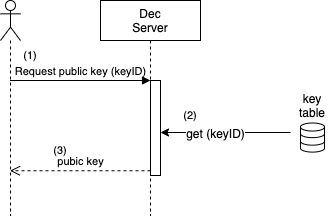
Earlier version of the draw.io export doc/spec-ja/source/images/fhetbl_design-seq-dec-2.png (iihiro/FHE-Table-Search). Source tidied: cells renumbered, new cells last; positions are measured from the earlier drawing's top-left corner, leaving out a move shared by most shapes. The source it was exported from:
```xml
<mxGraphModel>
  <root>
    <mxCell id="0" />
    <mxCell id="1" parent="0" />
    <mxCell id="2" style="shape=umlLifeline;participant=umlActor;perimeter=lifelinePerimeter;whiteSpace=wrap;html=1;verticalAlign=top;spacingTop=36;labelBackgroundColor=#ffffff;outlineConnect=0;" parent="1" vertex="1">
      <mxGeometry width="20" height="215" as="geometry" />
    </mxCell>
    <mxCell id="3" value="Dec&lt;br&gt;Server" style="shape=umlLifeline;perimeter=lifelinePerimeter;whiteSpace=wrap;html=1;" parent="1" vertex="1">
      <mxGeometry x="100" width="100" height="215" as="geometry" />
    </mxCell>
    <mxCell id="4" style="html=1;points=[];perimeter=orthogonalPerimeter;" parent="1" vertex="1">
      <mxGeometry x="150" y="80" width="10" height="95" as="geometry" />
    </mxCell>
    <mxCell id="5" value="Request public key (keyID)" style="html=1;verticalAlign=bottom;endArrow=block;entryX=0;entryY=0;labelBackgroundColor=none;" parent="1" edge="1" source="2" target="4">
      <mxGeometry relative="1" as="geometry" />
    </mxCell>
    <mxCell id="6" value="pubic key" style="html=1;verticalAlign=bottom;endArrow=open;dashed=1;endSize=8;exitX=0;exitY=0.95;labelBackgroundColor=none;" parent="1" edge="1" source="4" target="2">
      <mxGeometry relative="1" as="geometry" />
    </mxCell>
    <mxCell id="7" style="html=1;verticalLabelPosition=bottom;align=center;labelBackgroundColor=#ffffff;verticalAlign=top;strokeWidth=1;strokeColor=#000000;shadow=0;dashed=0;shape=mxgraph.ios7.icons.data;" parent="1" vertex="1">
      <mxGeometry x="300" y="122.5" width="24" height="29.1" as="geometry" />
    </mxCell>
    <mxCell id="8" value="key table" style="text;html=1;strokeColor=none;fillColor=none;align=center;verticalAlign=middle;whiteSpace=wrap;rounded=0;" parent="1" vertex="1">
      <mxGeometry x="292" y="95" width="40" height="20" as="geometry" />
    </mxCell>
    <mxCell id="9" style="endArrow=none;html=1;labelBackgroundColor=none;startArrow=classic;startFill=1;endFill=0;" parent="1" edge="1">
      <mxGeometry relative="1" as="geometry">
        <mxPoint x="160" y="132" as="sourcePoint" />
        <mxPoint x="290" y="132" as="targetPoint" />
      </mxGeometry>
    </mxCell>
    <mxCell id="10" value="get (keyID)" style="text;html=1;align=center;verticalAlign=middle;labelBackgroundColor=#ffffff;" parent="9" vertex="1">
      <mxGeometry x="-0.17" y="1" relative="1" as="geometry">
        <mxPoint y="1" as="offset" />
      </mxGeometry>
    </mxCell>
    <mxCell id="11" value="(1)" style="text;html=1;strokeColor=none;fillColor=none;align=center;verticalAlign=middle;whiteSpace=wrap;rounded=0;fontSize=11;" parent="1" vertex="1">
      <mxGeometry x="10" y="45" width="40" height="20" as="geometry" />
    </mxCell>
    <mxCell id="12" value="(2)" style="text;html=1;strokeColor=none;fillColor=none;align=center;verticalAlign=middle;whiteSpace=wrap;rounded=0;fontSize=11;" parent="1" vertex="1">
      <mxGeometry x="170" y="105" width="40" height="20" as="geometry" />
    </mxCell>
    <mxCell id="13" value="(3)" style="text;html=1;strokeColor=none;fillColor=none;align=center;verticalAlign=middle;whiteSpace=wrap;rounded=0;fontSize=11;" parent="1" vertex="1">
      <mxGeometry x="40" y="140" width="40" height="20" as="geometry" />
    </mxCell>
  </root>
</mxGraphModel>
```
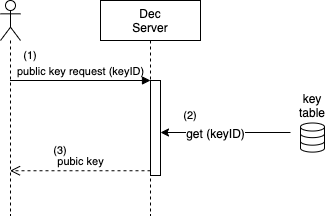
The same diagram one commit later.

The edit, as a diff of the source:
```diff
@@ -11,7 +11,7 @@
     <mxCell id="4" style="html=1;points=[];perimeter=orthogonalPerimeter;" parent="1" vertex="1">
       <mxGeometry x="150" y="80" width="10" height="95" as="geometry" />
     </mxCell>
-    <mxCell id="5" value="Request public key (keyID)" style="html=1;verticalAlign=bottom;endArrow=block;entryX=0;entryY=0;labelBackgroundColor=none;" parent="1" edge="1" source="2" target="4">
+    <mxCell id="5" value="public key request (keyID)" style="html=1;verticalAlign=bottom;endArrow=block;entryX=0;entryY=0;labelBackgroundColor=none;" parent="1" edge="1" source="2" target="4">
       <mxGeometry relative="1" as="geometry" />
     </mxCell>
     <mxCell id="6" value="pubic key" style="html=1;verticalAlign=bottom;endArrow=open;dashed=1;endSize=8;exitX=0;exitY=0.95;labelBackgroundColor=none;" parent="1" edge="1" source="4" target="2">
```
